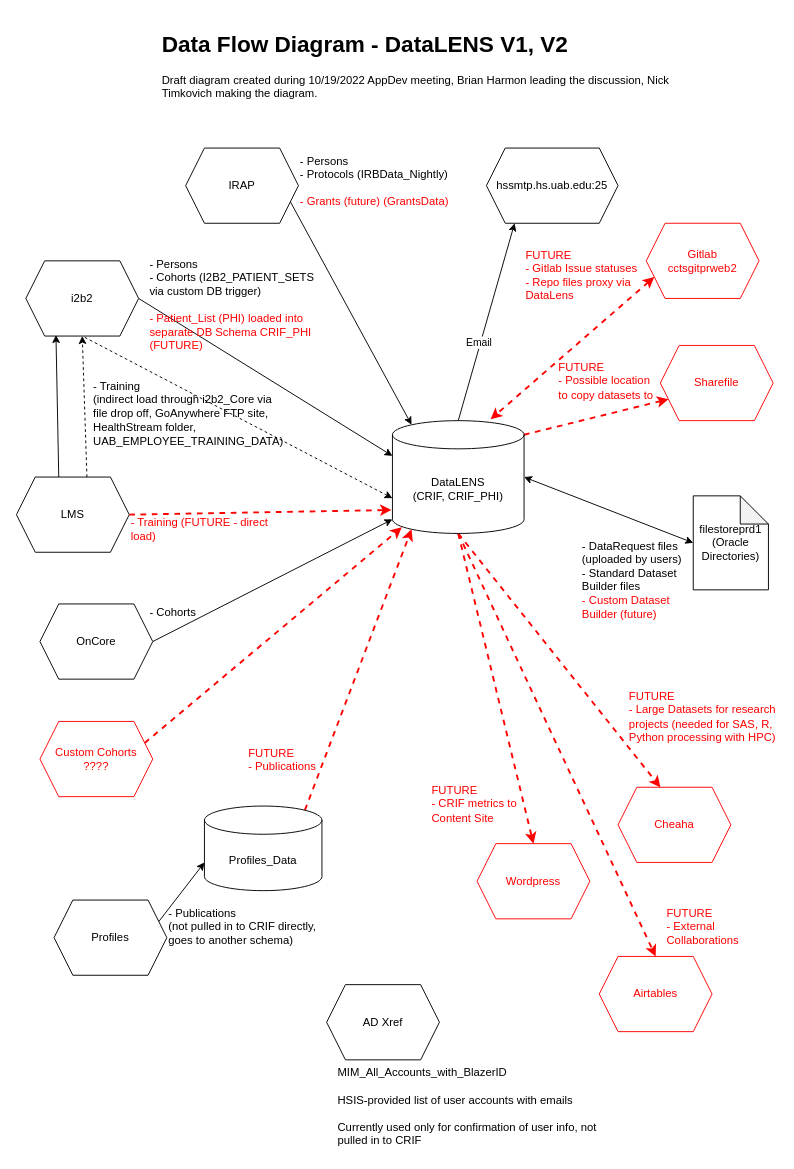
Earlier version of the draw.io diagram Data Flow Diagram DataLENS V2.drawio (ntimkovich/UAB-II-Diagrams). Source tidied: cells renumbered, new cells numbered last; positions are measured from the earlier drawing's top-left corner, leaving out a move shared by most shapes. Both pictures are drawn from the tidied source at 94%, with x=0, y=0 at pixel (16, 25).
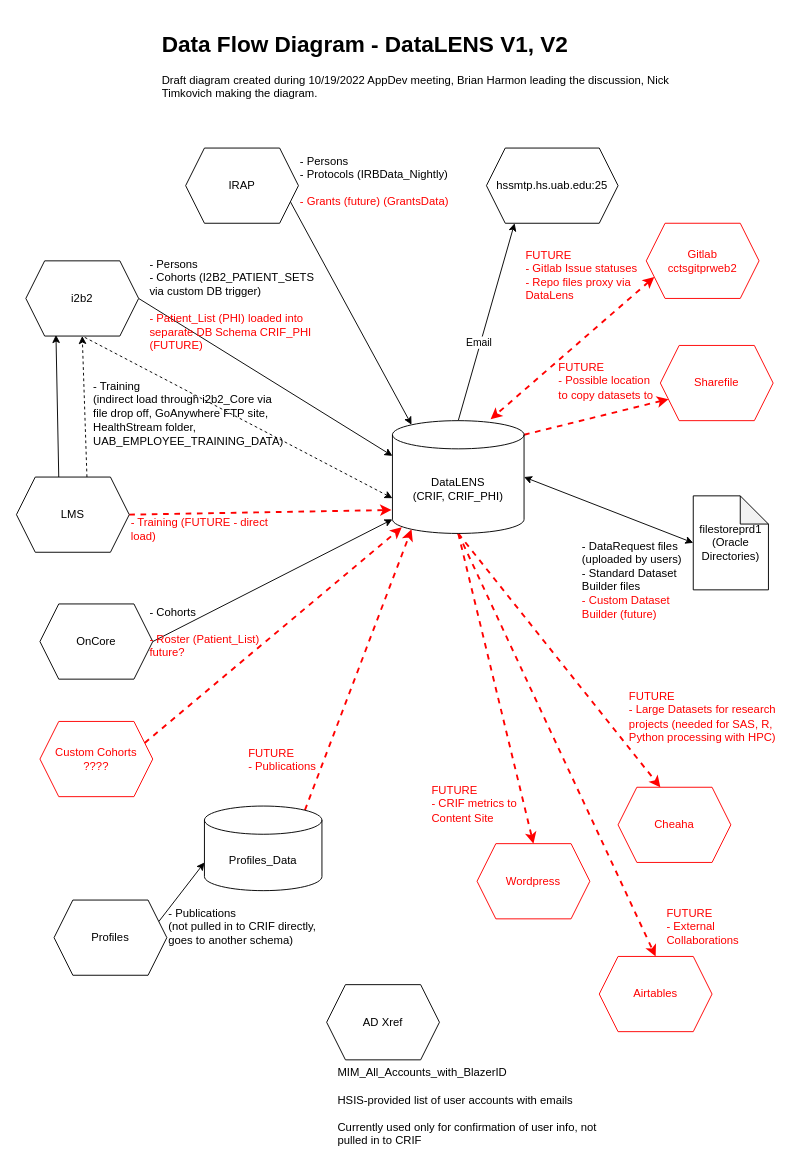
Above is the later version.

The edit, as a diff of the source:
```diff
@@
-    <mxCell id="29" value="- Cohorts" style="text;html=1;strokeColor=none;fillColor=none;align=left;verticalAlign=top;whiteSpace=wrap;rounded=0;" parent="1" vertex="1">
-      <mxGeometry x="140" y="610" width="70" height="40" as="geometry" />
+    <mxCell id="29" value="- Cohorts&lt;br&gt;&lt;br&gt;&lt;font color=&quot;#ff0000&quot;&gt;- Roster (Patient_List) future?&lt;/font&gt;" style="text;html=1;strokeColor=none;fillColor=none;align=left;verticalAlign=top;whiteSpace=wrap;rounded=0;" parent="1" vertex="1">
+      <mxGeometry x="140" y="610" width="140" height="70" as="geometry" />
     </mxCell>
```
